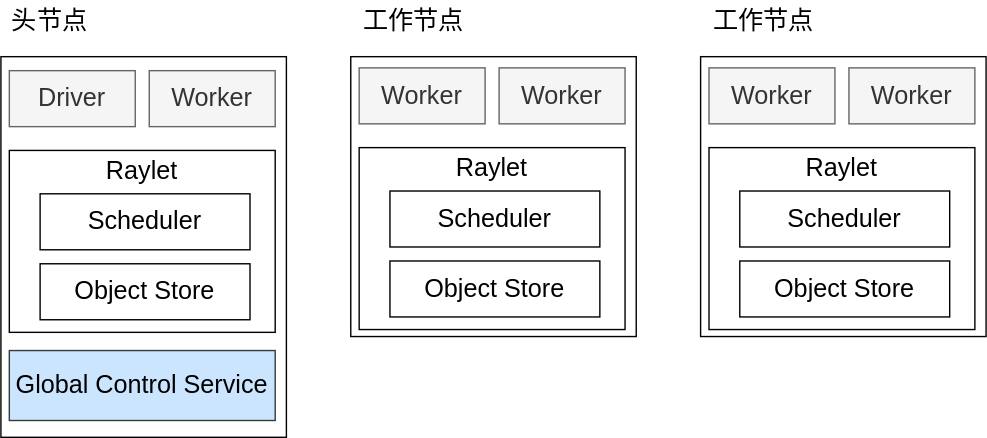
godaai/scale-py-zh keeps this draw.io diagram as img/ch-ray-core/ray-cluster.svg. Above is the earlier version. Source tidied: cells renumbered, new cells last; positions are measured from the earlier drawing's top-left corner, leaving out a move shared by most shapes. Its diagram source:
```xml
<mxGraphModel>
  <root>
    <mxCell id="0" />
    <mxCell id="1" parent="0" />
    <mxCell id="2" style="rounded=0;whiteSpace=wrap;html=1;fontSize=18;fillColor=none;" parent="1" vertex="1">
      <mxGeometry y="40" width="204" height="272" as="geometry" />
    </mxCell>
    <mxCell id="3" value="Driver" style="rounded=0;whiteSpace=wrap;html=1;fontSize=18;fillColor=#f5f5f5;fontColor=#333333;strokeColor=#666666;" parent="1" vertex="1">
      <mxGeometry x="6" y="50" width="90" height="40" as="geometry" />
    </mxCell>
    <mxCell id="4" value="Worker" style="rounded=0;whiteSpace=wrap;html=1;fontSize=18;fillColor=#f5f5f5;fontColor=#333333;strokeColor=#666666;" parent="1" vertex="1">
      <mxGeometry x="106" y="50" width="90" height="40" as="geometry" />
    </mxCell>
    <mxCell id="5" value="Scheduler" style="rounded=0;whiteSpace=wrap;html=1;fontSize=18;" parent="1" vertex="1">
      <mxGeometry x="28" y="138" width="150" height="40" as="geometry" />
    </mxCell>
    <mxCell id="6" value="Object Store" style="rounded=0;whiteSpace=wrap;html=1;fontSize=18;" parent="1" vertex="1">
      <mxGeometry x="28" y="188" width="150" height="40" as="geometry" />
    </mxCell>
    <mxCell id="7" value="Global Control Service" style="rounded=0;whiteSpace=wrap;html=1;fontSize=18;fillColor=#cce5ff;strokeColor=#36393d;" parent="1" vertex="1">
      <mxGeometry x="6" y="250" width="190" height="50" as="geometry" />
    </mxCell>
    <mxCell id="8" style="rounded=0;whiteSpace=wrap;html=1;fillColor=none;fontSize=18;" parent="1" vertex="1">
      <mxGeometry x="6" y="107" width="190" height="130" as="geometry" />
    </mxCell>
    <mxCell id="9" value="Raylet" style="text;html=1;strokeColor=none;fillColor=none;align=center;verticalAlign=middle;whiteSpace=wrap;rounded=0;fontSize=18;" parent="1" vertex="1">
      <mxGeometry x="71" y="107" width="60" height="30" as="geometry" />
    </mxCell>
    <mxCell id="10" value="头节点" style="text;html=1;strokeColor=none;fillColor=none;align=center;verticalAlign=middle;whiteSpace=wrap;rounded=0;fontSize=18;" parent="1" vertex="1">
      <mxGeometry width="70" height="30" as="geometry" />
    </mxCell>
    <mxCell id="11" style="rounded=0;whiteSpace=wrap;html=1;fontSize=18;fillColor=none;" parent="1" vertex="1">
      <mxGeometry x="250" y="40" width="204" height="200" as="geometry" />
    </mxCell>
    <mxCell id="12" value="Worker" style="rounded=0;whiteSpace=wrap;html=1;fontSize=18;fillColor=#f5f5f5;fontColor=#333333;strokeColor=#666666;" parent="1" vertex="1">
      <mxGeometry x="256" y="48" width="90" height="40" as="geometry" />
    </mxCell>
    <mxCell id="13" value="Worker" style="rounded=0;whiteSpace=wrap;html=1;fontSize=18;fillColor=#f5f5f5;fontColor=#333333;strokeColor=#666666;" parent="1" vertex="1">
      <mxGeometry x="356" y="48" width="90" height="40" as="geometry" />
    </mxCell>
    <mxCell id="14" value="Scheduler" style="rounded=0;whiteSpace=wrap;html=1;fontSize=18;" parent="1" vertex="1">
      <mxGeometry x="278" y="136" width="150" height="40" as="geometry" />
    </mxCell>
    <mxCell id="15" value="Object Store" style="rounded=0;whiteSpace=wrap;html=1;fontSize=18;" parent="1" vertex="1">
      <mxGeometry x="278" y="186" width="150" height="40" as="geometry" />
    </mxCell>
    <mxCell id="16" style="rounded=0;whiteSpace=wrap;html=1;fillColor=none;fontSize=18;" parent="1" vertex="1">
      <mxGeometry x="256" y="105" width="190" height="130" as="geometry" />
    </mxCell>
    <mxCell id="17" value="Raylet" style="text;html=1;strokeColor=none;fillColor=none;align=center;verticalAlign=middle;whiteSpace=wrap;rounded=0;fontSize=18;" parent="1" vertex="1">
      <mxGeometry x="321" y="105" width="60" height="30" as="geometry" />
    </mxCell>
    <mxCell id="18" value="工作节点" style="text;html=1;strokeColor=none;fillColor=none;align=center;verticalAlign=middle;whiteSpace=wrap;rounded=0;fontSize=18;" parent="1" vertex="1">
      <mxGeometry x="250" width="90" height="30" as="geometry" />
    </mxCell>
    <mxCell id="19" style="rounded=0;whiteSpace=wrap;html=1;fontSize=18;fillColor=none;" parent="1" vertex="1">
      <mxGeometry x="500" y="40" width="204" height="200" as="geometry" />
    </mxCell>
    <mxCell id="20" value="Worker" style="rounded=0;whiteSpace=wrap;html=1;fontSize=18;fillColor=#f5f5f5;fontColor=#333333;strokeColor=#666666;" parent="1" vertex="1">
      <mxGeometry x="506" y="48" width="90" height="40" as="geometry" />
    </mxCell>
    <mxCell id="21" value="Worker" style="rounded=0;whiteSpace=wrap;html=1;fontSize=18;fillColor=#f5f5f5;fontColor=#333333;strokeColor=#666666;" parent="1" vertex="1">
      <mxGeometry x="606" y="48" width="90" height="40" as="geometry" />
    </mxCell>
    <mxCell id="22" value="Scheduler" style="rounded=0;whiteSpace=wrap;html=1;fontSize=18;" parent="1" vertex="1">
      <mxGeometry x="528" y="136" width="150" height="40" as="geometry" />
    </mxCell>
    <mxCell id="23" value="Object Store" style="rounded=0;whiteSpace=wrap;html=1;fontSize=18;" parent="1" vertex="1">
      <mxGeometry x="528" y="186" width="150" height="40" as="geometry" />
    </mxCell>
    <mxCell id="24" style="rounded=0;whiteSpace=wrap;html=1;fillColor=none;fontSize=18;" parent="1" vertex="1">
      <mxGeometry x="506" y="105" width="190" height="130" as="geometry" />
    </mxCell>
    <mxCell id="25" value="Raylet" style="text;html=1;strokeColor=none;fillColor=none;align=center;verticalAlign=middle;whiteSpace=wrap;rounded=0;fontSize=18;" parent="1" vertex="1">
      <mxGeometry x="571" y="105" width="60" height="30" as="geometry" />
    </mxCell>
    <mxCell id="26" value="工作节点" style="text;html=1;strokeColor=none;fillColor=none;align=center;verticalAlign=middle;whiteSpace=wrap;rounded=0;fontSize=18;" parent="1" vertex="1">
      <mxGeometry x="500" width="90" height="30" as="geometry" />
    </mxCell>
  </root>
</mxGraphModel>
```
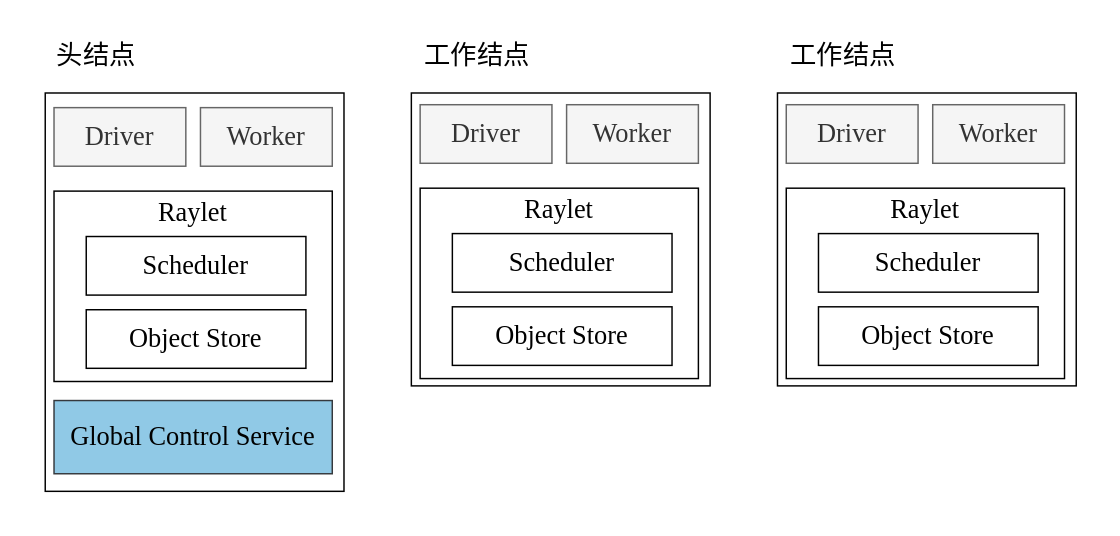
Later version of the same file.

The edit, as a diff of the source:
```diff
@@ -2,79 +2,82 @@
   <root>
     <mxCell id="0" />
     <mxCell id="1" parent="0" />
+    <mxCell id="27" style="rounded=0;whiteSpace=wrap;html=1;strokeColor=none;fillColor=none;" parent="1" vertex="1">
+      <mxGeometry x="-30" y="-23" width="764" height="366" as="geometry" />
+    </mxCell>
-    <mxCell id="2" style="rounded=0;whiteSpace=wrap;html=1;fontSize=18;fillColor=none;" parent="1" vertex="1">
+    <mxCell id="2" style="rounded=0;whiteSpace=wrap;html=1;fontSize=18;fillColor=none;fontFamily=Times New Roman;" parent="1" vertex="1">
       <mxGeometry y="40" width="204" height="272" as="geometry" />
     </mxCell>
-    <mxCell id="3" value="Driver" style="rounded=0;whiteSpace=wrap;html=1;fontSize=18;fillColor=#f5f5f5;fontColor=#333333;strokeColor=#666666;" parent="1" vertex="1">
+    <mxCell id="3" value="Driver" style="rounded=0;whiteSpace=wrap;html=1;fontSize=18;fillColor=#f5f5f5;fontColor=#333333;strokeColor=#666666;fontFamily=Times New Roman;" parent="1" vertex="1">
       <mxGeometry x="6" y="50" width="90" height="40" as="geometry" />
     </mxCell>
-    <mxCell id="4" value="Worker" style="rounded=0;whiteSpace=wrap;html=1;fontSize=18;fillColor=#f5f5f5;fontColor=#333333;strokeColor=#666666;" parent="1" vertex="1">
+    <mxCell id="4" value="Worker" style="rounded=0;whiteSpace=wrap;html=1;fontSize=18;fillColor=#f5f5f5;fontColor=#333333;strokeColor=#666666;fontFamily=Times New Roman;" parent="1" vertex="1">
       <mxGeometry x="106" y="50" width="90" height="40" as="geometry" />
     </mxCell>
-    <mxCell id="5" value="Scheduler" style="rounded=0;whiteSpace=wrap;html=1;fontSize=18;" parent="1" vertex="1">
+    <mxCell id="5" value="Scheduler" style="rounded=0;whiteSpace=wrap;html=1;fontSize=18;fontFamily=Times New Roman;" parent="1" vertex="1">
       <mxGeometry x="28" y="138" width="150" height="40" as="geometry" />
     </mxCell>
-    <mxCell id="6" value="Object Store" style="rounded=0;whiteSpace=wrap;html=1;fontSize=18;" parent="1" vertex="1">
+    <mxCell id="6" value="Object Store" style="rounded=0;whiteSpace=wrap;html=1;fontSize=18;fontFamily=Times New Roman;" parent="1" vertex="1">
       <mxGeometry x="28" y="188" width="150" height="40" as="geometry" />
     </mxCell>
-    <mxCell id="7" value="Global Control Service" style="rounded=0;whiteSpace=wrap;html=1;fontSize=18;fillColor=#cce5ff;strokeColor=#36393d;" parent="1" vertex="1">
+    <mxCell id="7" value="Global Control Service" style="rounded=0;whiteSpace=wrap;html=1;fontSize=18;fillColor=#90C9E6;strokeColor=#36393d;fontFamily=Times New Roman;" parent="1" vertex="1">
       <mxGeometry x="6" y="250" width="190" height="50" as="geometry" />
     </mxCell>
-    <mxCell id="8" style="rounded=0;whiteSpace=wrap;html=1;fillColor=none;fontSize=18;" parent="1" vertex="1">
+    <mxCell id="8" style="rounded=0;whiteSpace=wrap;html=1;fillColor=none;fontSize=18;fontFamily=Times New Roman;" parent="1" vertex="1">
       <mxGeometry x="6" y="107" width="190" height="130" as="geometry" />
     </mxCell>
-    <mxCell id="9" value="Raylet" style="text;html=1;strokeColor=none;fillColor=none;align=center;verticalAlign=middle;whiteSpace=wrap;rounded=0;fontSize=18;" parent="1" vertex="1">
+    <mxCell id="9" value="Raylet" style="text;html=1;strokeColor=none;fillColor=none;align=center;verticalAlign=middle;whiteSpace=wrap;rounded=0;fontSize=18;fontFamily=Times New Roman;" parent="1" vertex="1">
       <mxGeometry x="71" y="107" width="60" height="30" as="geometry" />
     </mxCell>
-    <mxCell id="10" value="头节点" style="text;html=1;strokeColor=none;fillColor=none;align=center;verticalAlign=middle;whiteSpace=wrap;rounded=0;fontSize=18;" parent="1" vertex="1">
+    <mxCell id="10" value="头结点" style="text;html=1;strokeColor=none;fillColor=none;align=center;verticalAlign=middle;whiteSpace=wrap;rounded=0;fontSize=18;fontFamily=Times New Roman;" parent="1" vertex="1">
       <mxGeometry width="70" height="30" as="geometry" />
     </mxCell>
-    <mxCell id="11" style="rounded=0;whiteSpace=wrap;html=1;fontSize=18;fillColor=none;" parent="1" vertex="1">
+    <mxCell id="11" style="rounded=0;whiteSpace=wrap;html=1;fontSize=18;fillColor=none;fontFamily=Times New Roman;" parent="1" vertex="1">
       <mxGeometry x="250" y="40" width="204" height="200" as="geometry" />
     </mxCell>
-    <mxCell id="12" value="Worker" style="rounded=0;whiteSpace=wrap;html=1;fontSize=18;fillColor=#f5f5f5;fontColor=#333333;strokeColor=#666666;" parent="1" vertex="1">
+    <mxCell id="12" value="Driver" style="rounded=0;whiteSpace=wrap;html=1;fontSize=18;fillColor=#f5f5f5;fontColor=#333333;strokeColor=#666666;fontFamily=Times New Roman;" parent="1" vertex="1">
       <mxGeometry x="256" y="48" width="90" height="40" as="geometry" />
     </mxCell>
-    <mxCell id="13" value="Worker" style="rounded=0;whiteSpace=wrap;html=1;fontSize=18;fillColor=#f5f5f5;fontColor=#333333;strokeColor=#666666;" parent="1" vertex="1">
+    <mxCell id="13" value="Worker" style="rounded=0;whiteSpace=wrap;html=1;fontSize=18;fillColor=#f5f5f5;fontColor=#333333;strokeColor=#666666;fontFamily=Times New Roman;" parent="1" vertex="1">
       <mxGeometry x="356" y="48" width="90" height="40" as="geometry" />
     </mxCell>
-    <mxCell id="14" value="Scheduler" style="rounded=0;whiteSpace=wrap;html=1;fontSize=18;" parent="1" vertex="1">
+    <mxCell id="14" value="Scheduler" style="rounded=0;whiteSpace=wrap;html=1;fontSize=18;fontFamily=Times New Roman;" parent="1" vertex="1">
       <mxGeometry x="278" y="136" width="150" height="40" as="geometry" />
     </mxCell>
-    <mxCell id="15" value="Object Store" style="rounded=0;whiteSpace=wrap;html=1;fontSize=18;" parent="1" vertex="1">
+    <mxCell id="15" value="Object Store" style="rounded=0;whiteSpace=wrap;html=1;fontSize=18;fontFamily=Times New Roman;" parent="1" vertex="1">
       <mxGeometry x="278" y="186" width="150" height="40" as="geometry" />
     </mxCell>
-    <mxCell id="16" style="rounded=0;whiteSpace=wrap;html=1;fillColor=none;fontSize=18;" parent="1" vertex="1">
+    <mxCell id="16" style="rounded=0;whiteSpace=wrap;html=1;fillColor=none;fontSize=18;fontFamily=Times New Roman;" parent="1" vertex="1">
       <mxGeometry x="256" y="105" width="190" height="130" as="geometry" />
     </mxCell>
-    <mxCell id="17" value="Raylet" style="text;html=1;strokeColor=none;fillColor=none;align=center;verticalAlign=middle;whiteSpace=wrap;rounded=0;fontSize=18;" parent="1" vertex="1">
+    <mxCell id="17" value="Raylet" style="text;html=1;strokeColor=none;fillColor=none;align=center;verticalAlign=middle;whiteSpace=wrap;rounded=0;fontSize=18;fontFamily=Times New Roman;" parent="1" vertex="1">
       <mxGeometry x="321" y="105" width="60" height="30" as="geometry" />
     </mxCell>
-    <mxCell id="18" value="工作节点" style="text;html=1;strokeColor=none;fillColor=none;align=center;verticalAlign=middle;whiteSpace=wrap;rounded=0;fontSize=18;" parent="1" vertex="1">
+    <mxCell id="18" value="工作结点" style="text;html=1;strokeColor=none;fillColor=none;align=center;verticalAlign=middle;whiteSpace=wrap;rounded=0;fontSize=18;fontFamily=Times New Roman;" parent="1" vertex="1">
       <mxGeometry x="250" width="90" height="30" as="geometry" />
     </mxCell>
-    <mxCell id="19" style="rounded=0;whiteSpace=wrap;html=1;fontSize=18;fillColor=none;" parent="1" vertex="1">
+    <mxCell id="19" style="rounded=0;whiteSpace=wrap;html=1;fontSize=18;fillColor=none;fontFamily=Times New Roman;" parent="1" vertex="1">
       <mxGeometry x="500" y="40" width="204" height="200" as="geometry" />
     </mxCell>
-    <mxCell id="20" value="Worker" style="rounded=0;whiteSpace=wrap;html=1;fontSize=18;fillColor=#f5f5f5;fontColor=#333333;strokeColor=#666666;" parent="1" vertex="1">
+    <mxCell id="20" value="Driver" style="rounded=0;whiteSpace=wrap;html=1;fontSize=18;fillColor=#f5f5f5;fontColor=#333333;strokeColor=#666666;fontFamily=Times New Roman;" parent="1" vertex="1">
       <mxGeometry x="506" y="48" width="90" height="40" as="geometry" />
     </mxCell>
-    <mxCell id="21" value="Worker" style="rounded=0;whiteSpace=wrap;html=1;fontSize=18;fillColor=#f5f5f5;fontColor=#333333;strokeColor=#666666;" parent="1" vertex="1">
+    <mxCell id="21" value="Worker" style="rounded=0;whiteSpace=wrap;html=1;fontSize=18;fillColor=#f5f5f5;fontColor=#333333;strokeColor=#666666;fontFamily=Times New Roman;" parent="1" vertex="1">
       <mxGeometry x="606" y="48" width="90" height="40" as="geometry" />
     </mxCell>
-    <mxCell id="22" value="Scheduler" style="rounded=0;whiteSpace=wrap;html=1;fontSize=18;" parent="1" vertex="1">
+    <mxCell id="22" value="Scheduler" style="rounded=0;whiteSpace=wrap;html=1;fontSize=18;fontFamily=Times New Roman;" parent="1" vertex="1">
       <mxGeometry x="528" y="136" width="150" height="40" as="geometry" />
     </mxCell>
-    <mxCell id="23" value="Object Store" style="rounded=0;whiteSpace=wrap;html=1;fontSize=18;" parent="1" vertex="1">
+    <mxCell id="23" value="Object Store" style="rounded=0;whiteSpace=wrap;html=1;fontSize=18;fontFamily=Times New Roman;" parent="1" vertex="1">
       <mxGeometry x="528" y="186" width="150" height="40" as="geometry" />
     </mxCell>
-    <mxCell id="24" style="rounded=0;whiteSpace=wrap;html=1;fillColor=none;fontSize=18;" parent="1" vertex="1">
+    <mxCell id="24" style="rounded=0;whiteSpace=wrap;html=1;fillColor=none;fontSize=18;fontFamily=Times New Roman;" parent="1" vertex="1">
       <mxGeometry x="506" y="105" width="190" height="130" as="geometry" />
     </mxCell>
-    <mxCell id="25" value="Raylet" style="text;html=1;strokeColor=none;fillColor=none;align=center;verticalAlign=middle;whiteSpace=wrap;rounded=0;fontSize=18;" parent="1" vertex="1">
+    <mxCell id="25" value="Raylet" style="text;html=1;strokeColor=none;fillColor=none;align=center;verticalAlign=middle;whiteSpace=wrap;rounded=0;fontSize=18;fontFamily=Times New Roman;" parent="1" vertex="1">
       <mxGeometry x="571" y="105" width="60" height="30" as="geometry" />
     </mxCell>
-    <mxCell id="26" value="工作节点" style="text;html=1;strokeColor=none;fillColor=none;align=center;verticalAlign=middle;whiteSpace=wrap;rounded=0;fontSize=18;" parent="1" vertex="1">
+    <mxCell id="26" value="工作结点" style="text;html=1;strokeColor=none;fillColor=none;align=center;verticalAlign=middle;whiteSpace=wrap;rounded=0;fontSize=18;fontFamily=Times New Roman;" parent="1" vertex="1">
       <mxGeometry x="500" width="90" height="30" as="geometry" />
     </mxCell>
   </root>
```
